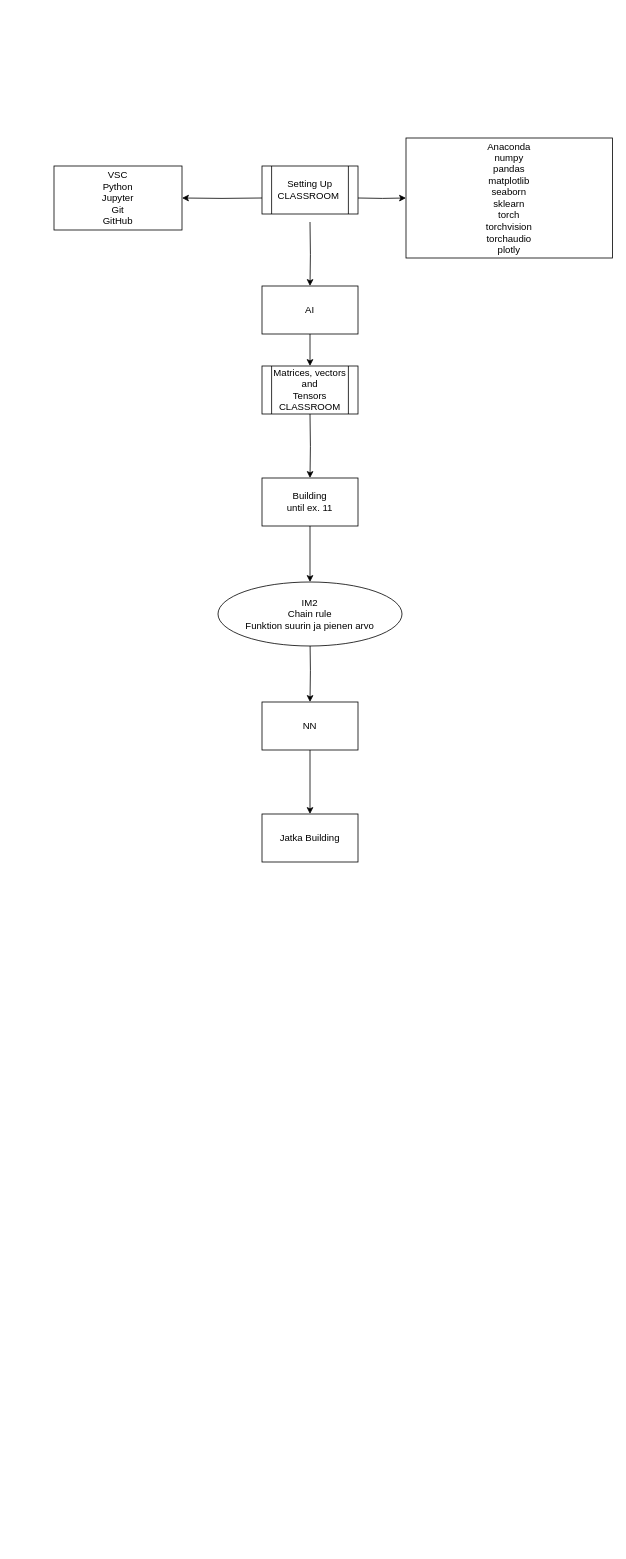
This is Workflow.drawio from henrylahteenmaki/draw.io, a draw.io file, before an edit. Source tidied: cells renumbered, new cells numbered last; positions are measured from the earlier drawing's top-left corner, leaving out a move shared by most shapes. Both pictures are drawn from the tidied source at 80%, with x=0, y=0 at pixel (54, 138).
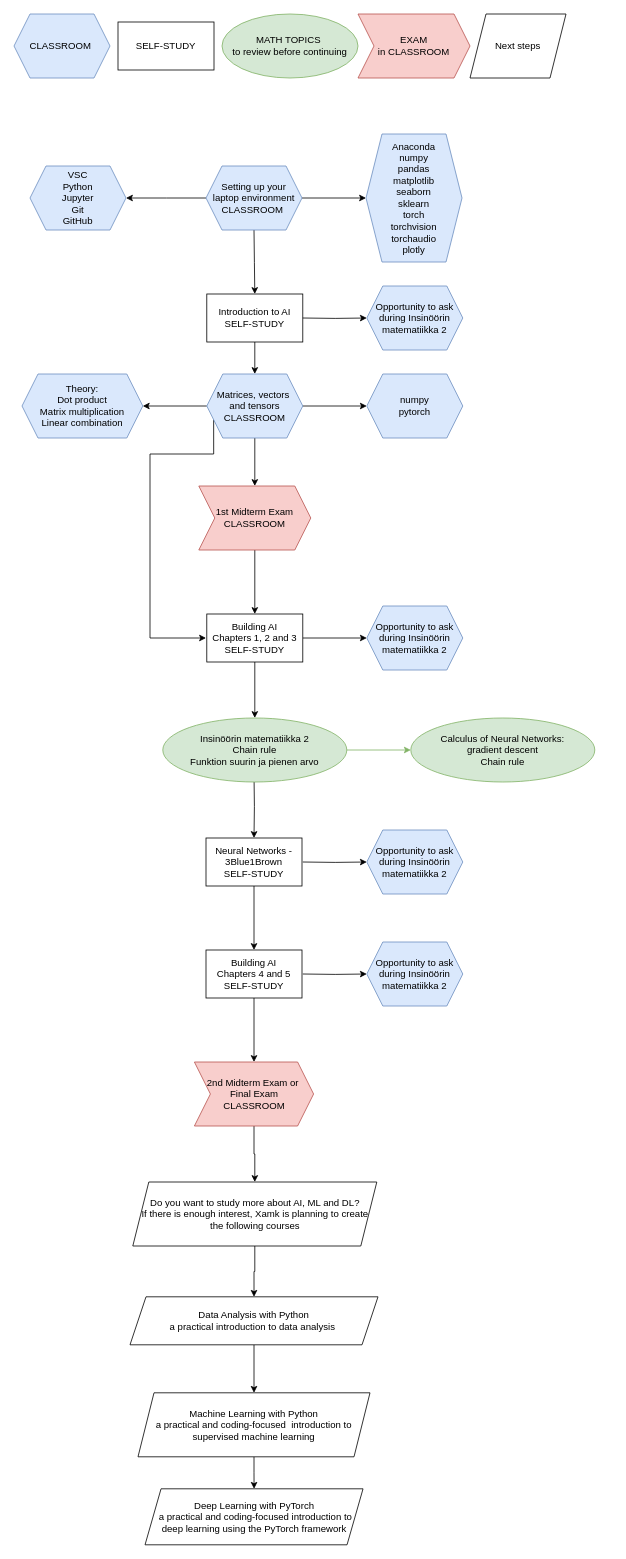
The same page after the edit.

Change to the diagram source:
```diff
@@
-    <mxCell id="2" style="edgeStyle=orthogonalEdgeStyle;rounded=0;jettySize=auto;html=1;" parent="1" edge="1" source="3">
-      <mxGeometry relative="1" as="geometry">
-        <mxPoint x="320" y="285" as="targetPoint" />
-      </mxGeometry>
-    </mxCell>
+    <mxCell id="19" style="edgeStyle=orthogonalEdgeStyle;rounded=0;jettySize=auto;html=1;" parent="1" edge="1" source="3" target="30">
+      <mxGeometry relative="1" as="geometry" />
+    </mxCell>
-    <mxCell id="3" value="AI" style="rounded=0;whiteSpace=wrap;html=1;" parent="1" vertex="1">
-      <mxGeometry x="260" y="185" width="120" height="60" as="geometry" />
+    <mxCell id="3" value="Introduction to AI&lt;div&gt;SELF-STUDY&lt;/div&gt;" style="rounded=0;whiteSpace=wrap;html=1;" parent="1" vertex="1">
+      <mxGeometry x="191" y="195" width="120" height="60" as="geometry" />
     </mxCell>
-    <mxCell id="4" style="edgeStyle=orthogonalEdgeStyle;rounded=0;jettySize=auto;html=1;" parent="1" edge="1" target="6">
-      <mxGeometry relative="1" as="geometry">
-        <mxPoint x="320" y="345" as="sourcePoint" />
-      </mxGeometry>
-    </mxCell>
@@
+    <mxCell id="20" style="edgeStyle=orthogonalEdgeStyle;rounded=0;jettySize=auto;html=1;" parent="1" edge="1" source="6" target="36">
+      <mxGeometry relative="1" as="geometry" />
+    </mxCell>
-    <mxCell id="6" value="Building&lt;div&gt;until ex. 11&lt;/div&gt;" style="whiteSpace=wrap;html=1;rounded=0;" parent="1" vertex="1">
-      <mxGeometry x="260" y="425" width="120" height="60" as="geometry" />
+    <mxCell id="6" value="Building AI&lt;div&gt;Chapters 1, 2 and 3&lt;/div&gt;&lt;div&gt;SELF-STUDY&lt;br&gt;&lt;/div&gt;" style="whiteSpace=wrap;html=1;rounded=0;" parent="1" vertex="1">
+      <mxGeometry x="191" y="595" width="120" height="60" as="geometry" />
     </mxCell>
     <mxCell id="7" style="edgeStyle=orthogonalEdgeStyle;rounded=0;jettySize=auto;html=1;" parent="1" edge="1" target="12">
       <mxGeometry relative="1" as="geometry">
-        <mxPoint x="320" y="625" as="sourcePoint" />
+        <mxPoint x="250" y="795" as="sourcePoint" />
       </mxGeometry>
     </mxCell>
     <mxCell id="8" style="edgeStyle=orthogonalEdgeStyle;rounded=0;jettySize=auto;html=1;" parent="1" edge="1" target="3">
       <mxGeometry relative="1" as="geometry">
-        <mxPoint x="320" y="105" as="sourcePoint" />
+        <mxPoint x="250" y="115" as="sourcePoint" />
       </mxGeometry>
     </mxCell>
-    <mxCell id="9" style="edgeStyle=orthogonalEdgeStyle;rounded=0;jettySize=auto;html=1;" parent="1" edge="1" target="14">
-      <mxGeometry relative="1" as="geometry">
-        <mxPoint x="380" y="75" as="sourcePoint" />
-      </mxGeometry>
-    </mxCell>
-    <mxCell id="10" style="edgeStyle=orthogonalEdgeStyle;rounded=0;jettySize=auto;html=1;" parent="1" edge="1" target="15">
-      <mxGeometry relative="1" as="geometry">
-        <mxPoint x="260" y="75" as="sourcePoint" />
-      </mxGeometry>
-    </mxCell>
@@
-    <mxCell id="12" value="&lt;div&gt;NN&lt;/div&gt;" style="whiteSpace=wrap;html=1;rounded=0;" parent="1" vertex="1">
-      <mxGeometry x="260" y="705" width="120" height="60" as="geometry" />
+    <mxCell id="12" value="&lt;div&gt;Neural Networks - 3Blue1Brown&lt;/div&gt;&lt;div&gt;SELF-STUDY&lt;br&gt;&lt;/div&gt;" style="whiteSpace=wrap;html=1;rounded=0;" parent="1" vertex="1">
+      <mxGeometry x="190" y="875" width="120" height="60" as="geometry" />
     </mxCell>
+    <mxCell id="21" style="edgeStyle=orthogonalEdgeStyle;rounded=0;jettySize=auto;html=1;" parent="1" edge="1" source="13" target="48">
+      <mxGeometry relative="1" as="geometry" />
+    </mxCell>
-    <mxCell id="13" value="Jatka Building" style="whiteSpace=wrap;html=1;rounded=0;" parent="1" vertex="1">
-      <mxGeometry x="260" y="845" width="120" height="60" as="geometry" />
+    <mxCell id="13" value="Building AI&lt;div&gt;Chapters 4 and 5&lt;/div&gt;&lt;div&gt;SELF-STUDY&lt;/div&gt;" style="whiteSpace=wrap;html=1;rounded=0;" parent="1" vertex="1">
+      <mxGeometry x="190" y="1015" width="120" height="60" as="geometry" />
     </mxCell>
+    <mxCell id="22" style="edgeStyle=orthogonalEdgeStyle;rounded=0;jettySize=auto;html=1;fillColor=#d5e8d4;strokeColor=#82b366;" parent="1" edge="1" source="16" target="39">
+      <mxGeometry relative="1" as="geometry" />
+    </mxCell>
+    <mxCell id="16" value="&lt;div&gt;Insinöörin matematiikka 2&lt;/div&gt;&lt;div&gt;Chain rule&lt;/div&gt;&lt;div&gt;Funktion suurin ja pienen arvo&lt;/div&gt;" style="ellipse;whiteSpace=wrap;html=1;rounded=0;fillColor=#d5e8d4;strokeColor=#82b366;" parent="1" vertex="1">
+      <mxGeometry x="136" y="725" width="230" height="80" as="geometry" />
+    </mxCell>
+    <mxCell id="23" style="edgeStyle=orthogonalEdgeStyle;rounded=0;jettySize=auto;html=1;" parent="1" edge="1" source="25">
+      <mxGeometry relative="1" as="geometry">
+        <mxPoint x="390" y="75" as="targetPoint" />
+      </mxGeometry>
+    </mxCell>
+    <mxCell id="24" style="edgeStyle=orthogonalEdgeStyle;rounded=0;jettySize=auto;html=1;" parent="1" edge="1" source="25">
+      <mxGeometry relative="1" as="geometry">
+        <mxPoint x="90" y="75" as="targetPoint" />
+      </mxGeometry>
+    </mxCell>
+    <mxCell id="25" value="Setting up your&lt;div&gt;laptop environment&lt;/div&gt;&lt;div&gt;&lt;div&gt;CLASSROOM&amp;nbsp;&lt;/div&gt;&lt;/div&gt;" style="shape=hexagon;perimeter=hexagonPerimeter2;whiteSpace=wrap;html=1;fixedSize=1;fillColor=#dae8fc;strokeColor=#6c8ebf;" parent="1" vertex="1">
+      <mxGeometry x="190" y="35" width="120" height="80" as="geometry" />
+    </mxCell>
+    <mxCell id="26" style="edgeStyle=orthogonalEdgeStyle;rounded=0;jettySize=auto;html=1;" parent="1" edge="1" source="30" target="34">
+      <mxGeometry relative="1" as="geometry" />
+    </mxCell>
+    <mxCell id="27" style="edgeStyle=orthogonalEdgeStyle;rounded=0;jettySize=auto;html=1;" parent="1" edge="1" source="30" target="35">
+      <mxGeometry relative="1" as="geometry" />
+    </mxCell>
+    <mxCell id="28" style="edgeStyle=orthogonalEdgeStyle;rounded=0;jettySize=auto;html=1;" parent="1" edge="1" source="30" target="46">
+      <mxGeometry relative="1" as="geometry" />
+    </mxCell>
+    <mxCell id="29" style="edgeStyle=orthogonalEdgeStyle;rounded=0;jettySize=auto;html=1;exitX=0;exitY=0.75;exitDx=0;exitDy=0;" parent="1" edge="1" source="30">
+      <mxGeometry relative="1" as="geometry">
+        <mxPoint x="190" y="625" as="targetPoint" />
+        <Array as="points">
+          <mxPoint x="200" y="395" />
+          <mxPoint x="120" y="395" />
+          <mxPoint x="120" y="625" />
+        </Array>
+      </mxGeometry>
+    </mxCell>
+    <mxCell id="30" value="Matrices, vectors&amp;nbsp;&lt;div&gt;and t&lt;span style=&quot;background-color: initial;&quot;&gt;ensors&lt;/span&gt;&lt;div&gt;CLASSROOM&lt;/div&gt;&lt;/div&gt;" style="shape=hexagon;perimeter=hexagonPerimeter2;whiteSpace=wrap;html=1;fixedSize=1;fillColor=#dae8fc;strokeColor=#6c8ebf;" parent="1" vertex="1">
+      <mxGeometry x="191" y="295" width="120" height="80" as="geometry" />
+    </mxCell>
-    <mxCell id="14" value="&lt;div&gt;&lt;div&gt;Anaconda&lt;/div&gt;numpy&lt;div&gt;pandas&lt;/div&gt;&lt;div&gt;matplotlib&lt;br&gt;&lt;/div&gt;&lt;div&gt;seaborn&lt;/div&gt;&lt;div&gt;sklearn&lt;/div&gt;&lt;div&gt;torch&lt;/div&gt;&lt;div&gt;torchvision&lt;br&gt;&lt;/div&gt;&lt;div&gt;torchaudio&lt;br&gt;&lt;/div&gt;&lt;div&gt;plotly&lt;/div&gt;&lt;/div&gt;" style="rounded=0;whiteSpace=wrap;html=1;" parent="1" vertex="1">
-      <mxGeometry x="440" width="258" height="150" as="geometry" />
+    <mxCell id="14" value="&lt;div&gt;Anaconda&lt;/div&gt;numpy&lt;div&gt;pandas&lt;/div&gt;&lt;div&gt;matplotlib&lt;br&gt;&lt;/div&gt;&lt;div&gt;seaborn&lt;/div&gt;&lt;div&gt;sklearn&lt;/div&gt;&lt;div&gt;torch&lt;/div&gt;&lt;div&gt;torchvision&lt;br&gt;&lt;/div&gt;&lt;div&gt;torchaudio&lt;br&gt;&lt;/div&gt;&lt;div&gt;plotly&lt;/div&gt;" style="shape=hexagon;perimeter=hexagonPerimeter2;whiteSpace=wrap;html=1;fixedSize=1;fillColor=#dae8fc;strokeColor=#6c8ebf;" parent="1" vertex="1">
+      <mxGeometry x="390" y="-5" width="120" height="160" as="geometry" />
     </mxCell>
-    <mxCell id="15" value="VSC&lt;div&gt;Python&lt;/div&gt;&lt;div&gt;Jupyter&lt;/div&gt;&lt;div&gt;Git&lt;/div&gt;&lt;div&gt;GitHub&lt;/div&gt;" style="rounded=0;whiteSpace=wrap;html=1;" parent="1" vertex="1">
-      <mxGeometry y="35" width="160" height="80" as="geometry" />
+    <mxCell id="15" value="VSC&lt;div&gt;Python&lt;/div&gt;&lt;div&gt;Jupyter&lt;/div&gt;&lt;div&gt;Git&lt;/div&gt;&lt;div&gt;GitHub&lt;/div&gt;" style="shape=hexagon;perimeter=hexagonPerimeter2;whiteSpace=wrap;html=1;fixedSize=1;fillColor=#dae8fc;strokeColor=#6c8ebf;" parent="1" vertex="1">
+      <mxGeometry x="-30" y="35" width="120" height="80" as="geometry" />
     </mxCell>
-    <mxCell id="16" value="IM2&lt;div&gt;Chain rule&lt;/div&gt;&lt;div&gt;Funktion suurin ja pienen arvo&lt;/div&gt;" style="ellipse;whiteSpace=wrap;html=1;rounded=0;" parent="1" vertex="1">
-      <mxGeometry x="205" y="555" width="230" height="80" as="geometry" />
-    </mxCell>
-    <mxCell id="17" value="Setting Up&lt;div&gt;CLASSROOM&amp;nbsp;&lt;/div&gt;" style="shape=process;whiteSpace=wrap;html=1;backgroundOutline=1;" parent="1" vertex="1">
-      <mxGeometry x="260" y="35" width="120" height="60" as="geometry" />
-    </mxCell>
-    <mxCell id="18" value="Matrices, vectors and&lt;div&gt;Tensors&lt;div&gt;CLASSROOM&lt;/div&gt;&lt;/div&gt;" style="shape=process;whiteSpace=wrap;html=1;backgroundOutline=1;" parent="1" vertex="1">
-      <mxGeometry x="260" y="285" width="120" height="60" as="geometry" />
-    </mxCell>
+    <mxCell id="31" value="&lt;div&gt;&lt;div&gt;CLASSROOM&amp;nbsp;&lt;/div&gt;&lt;/div&gt;" style="shape=hexagon;perimeter=hexagonPerimeter2;whiteSpace=wrap;html=1;fixedSize=1;fillColor=#dae8fc;strokeColor=#6c8ebf;" parent="1" vertex="1">
+      <mxGeometry x="-50" y="-155" width="120" height="80" as="geometry" />
+    </mxCell>
+    <mxCell id="32" value="SELF-STUDY" style="rounded=0;whiteSpace=wrap;html=1;" parent="1" vertex="1">
+      <mxGeometry x="80" y="-145" width="120" height="60" as="geometry" />
+    </mxCell>
+    <mxCell id="33" value="MATH TOPICS&amp;nbsp;&lt;div&gt;to review before continuing&lt;/div&gt;" style="ellipse;whiteSpace=wrap;html=1;rounded=0;fillColor=#d5e8d4;strokeColor=#82b366;" parent="1" vertex="1">
+      <mxGeometry x="210" y="-155" width="170" height="80" as="geometry" />
+    </mxCell>
+    <mxCell id="34" value="numpy&lt;div&gt;pytorch&lt;/div&gt;" style="shape=hexagon;perimeter=hexagonPerimeter2;whiteSpace=wrap;html=1;fixedSize=1;fillColor=#dae8fc;strokeColor=#6c8ebf;" parent="1" vertex="1">
+      <mxGeometry x="391" y="295" width="120" height="80" as="geometry" />
+    </mxCell>
+    <mxCell id="35" value="&lt;div&gt;Theory:&lt;/div&gt;Dot product&lt;div&gt;Matrix multiplication&lt;/div&gt;&lt;div&gt;Linear combination&lt;/div&gt;" style="shape=hexagon;perimeter=hexagonPerimeter2;whiteSpace=wrap;html=1;fixedSize=1;fillColor=#dae8fc;strokeColor=#6c8ebf;" parent="1" vertex="1">
+      <mxGeometry x="-40" y="295" width="151" height="80" as="geometry" />
+    </mxCell>
+    <mxCell id="36" value="Opportunity to ask during Insinöörin matematiikka 2" style="shape=hexagon;perimeter=hexagonPerimeter2;whiteSpace=wrap;html=1;fixedSize=1;rounded=0;fillColor=#dae8fc;strokeColor=#6c8ebf;" parent="1" vertex="1">
+      <mxGeometry x="391" y="585" width="120" height="80" as="geometry" />
+    </mxCell>
+    <mxCell id="37" style="edgeStyle=orthogonalEdgeStyle;rounded=0;jettySize=auto;html=1;" parent="1" edge="1" target="38">
+      <mxGeometry relative="1" as="geometry">
+        <mxPoint x="311" y="225" as="sourcePoint" />
+      </mxGeometry>
+    </mxCell>
+    <mxCell id="38" value="Opportunity to ask during Insinöörin matematiikka 2" style="shape=hexagon;perimeter=hexagonPerimeter2;whiteSpace=wrap;html=1;fixedSize=1;rounded=0;fillColor=#dae8fc;strokeColor=#6c8ebf;" parent="1" vertex="1">
+      <mxGeometry x="391" y="185" width="120" height="80" as="geometry" />
+    </mxCell>
+    <mxCell id="39" value="&lt;div&gt;Calculus of Neural Networks:&lt;/div&gt;&lt;div&gt;gradient descent&lt;br&gt;&lt;/div&gt;&lt;div&gt;Chain rule&lt;/div&gt;" style="ellipse;whiteSpace=wrap;html=1;rounded=0;fillColor=#d5e8d4;strokeColor=#82b366;" parent="1" vertex="1">
+      <mxGeometry x="446" y="725" width="230" height="80" as="geometry" />
+    </mxCell>
+    <mxCell id="40" style="edgeStyle=orthogonalEdgeStyle;rounded=0;jettySize=auto;html=1;" parent="1" edge="1" target="41">
+      <mxGeometry relative="1" as="geometry">
+        <mxPoint x="311" y="1045" as="sourcePoint" />
+      </mxGeometry>
+    </mxCell>
+    <mxCell id="41" value="Opportunity to ask during Insinöörin matematiikka 2" style="shape=hexagon;perimeter=hexagonPerimeter2;whiteSpace=wrap;html=1;fixedSize=1;rounded=0;fillColor=#dae8fc;strokeColor=#6c8ebf;" parent="1" vertex="1">
+      <mxGeometry x="391" y="1005" width="120" height="80" as="geometry" />
+    </mxCell>
+    <mxCell id="42" style="edgeStyle=orthogonalEdgeStyle;rounded=0;jettySize=auto;html=1;" parent="1" edge="1" target="43">
+      <mxGeometry relative="1" as="geometry">
+        <mxPoint x="311" y="905" as="sourcePoint" />
+      </mxGeometry>
+    </mxCell>
+    <mxCell id="43" value="Opportunity to ask during Insinöörin matematiikka 2" style="shape=hexagon;perimeter=hexagonPerimeter2;whiteSpace=wrap;html=1;fixedSize=1;rounded=0;fillColor=#dae8fc;strokeColor=#6c8ebf;" parent="1" vertex="1">
+      <mxGeometry x="391" y="865" width="120" height="80" as="geometry" />
+    </mxCell>
+    <mxCell id="44" value="EXAM&lt;div&gt;in CLASSROOM&lt;/div&gt;" style="shape=step;perimeter=stepPerimeter;whiteSpace=wrap;html=1;fixedSize=1;fillColor=#f8cecc;strokeColor=#b85450;" parent="1" vertex="1">
+      <mxGeometry x="380" y="-155" width="140" height="80" as="geometry" />
+    </mxCell>
+    <mxCell id="45" style="edgeStyle=orthogonalEdgeStyle;rounded=0;jettySize=auto;html=1;" parent="1" edge="1" source="46" target="6">
+      <mxGeometry relative="1" as="geometry" />
+    </mxCell>
+    <mxCell id="46" value="1st Midterm Exam&lt;div&gt;CLASSROOM&lt;/div&gt;" style="shape=step;perimeter=stepPerimeter;whiteSpace=wrap;html=1;fixedSize=1;fillColor=#f8cecc;strokeColor=#b85450;" parent="1" vertex="1">
+      <mxGeometry x="181" y="435" width="140" height="80" as="geometry" />
+    </mxCell>
+    <mxCell id="47" style="edgeStyle=orthogonalEdgeStyle;rounded=0;jettySize=auto;html=1;" parent="1" edge="1" source="48" target="50">
+      <mxGeometry relative="1" as="geometry" />
+    </mxCell>
+    <mxCell id="48" value="2nd Midterm Exam or&amp;nbsp;&lt;div&gt;Final Exam&lt;div&gt;CLASSROOM&lt;/div&gt;&lt;/div&gt;" style="shape=step;perimeter=stepPerimeter;whiteSpace=wrap;html=1;fixedSize=1;fillColor=#f8cecc;strokeColor=#b85450;" parent="1" vertex="1">
+      <mxGeometry x="175.5" y="1155" width="149" height="80" as="geometry" />
+    </mxCell>
+    <mxCell id="49" style="edgeStyle=orthogonalEdgeStyle;rounded=0;jettySize=auto;html=1;" parent="1" edge="1" source="50" target="52">
+      <mxGeometry relative="1" as="geometry" />
+    </mxCell>
+    <mxCell id="50" value="Do you want to study more about AI, ML and DL?&lt;div&gt;If there is enough interest, Xamk is planning to create the following courses&lt;/div&gt;" style="shape=parallelogram;perimeter=parallelogramPerimeter;whiteSpace=wrap;html=1;fixedSize=1;" parent="1" vertex="1">
+      <mxGeometry x="98.5" y="1305" width="305" height="80" as="geometry" />
+    </mxCell>
+    <mxCell id="51" style="edgeStyle=orthogonalEdgeStyle;rounded=0;jettySize=auto;html=1;" parent="1" edge="1" source="52" target="54">
+      <mxGeometry relative="1" as="geometry" />
+    </mxCell>
+    <mxCell id="52" value="Data Analysis with Python&lt;div&gt;a practical introduction to data analysis&amp;nbsp;&lt;br&gt;&lt;/div&gt;" style="shape=parallelogram;perimeter=parallelogramPerimeter;whiteSpace=wrap;html=1;fixedSize=1;" parent="1" vertex="1">
+      <mxGeometry x="95" y="1448.5" width="310" height="60" as="geometry" />
+    </mxCell>
+    <mxCell id="53" style="edgeStyle=orthogonalEdgeStyle;rounded=0;jettySize=auto;html=1;" parent="1" edge="1" source="54" target="55">
+      <mxGeometry relative="1" as="geometry" />
+    </mxCell>
+    <mxCell id="54" value="&lt;div&gt;Machine Learning with Python&lt;/div&gt;&lt;div&gt;&lt;span style=&quot;background-color: initial;&quot;&gt;a practical&amp;nbsp;&lt;/span&gt;and coding-focused&lt;span style=&quot;background-color: initial;&quot;&gt;&amp;nbsp; introduction to supervised machine learning&lt;/span&gt;&lt;/div&gt;" style="shape=parallelogram;perimeter=parallelogramPerimeter;whiteSpace=wrap;html=1;fixedSize=1;" parent="1" vertex="1">
+      <mxGeometry x="105" y="1568.5" width="290" height="80" as="geometry" />
+    </mxCell>
+    <mxCell id="55" value="Deep Learning with PyTorch&lt;div&gt;&amp;nbsp;a practical and coding-focused introduction to deep learning using the PyTorch framework&lt;br&gt;&lt;/div&gt;" style="shape=parallelogram;perimeter=parallelogramPerimeter;whiteSpace=wrap;html=1;fixedSize=1;" parent="1" vertex="1">
+      <mxGeometry x="113.8" y="1688.5" width="272.5" height="70" as="geometry" />
+    </mxCell>
+    <mxCell id="56" value="Next steps" style="shape=parallelogram;perimeter=parallelogramPerimeter;whiteSpace=wrap;html=1;fixedSize=1;" parent="1" vertex="1">
+      <mxGeometry x="520" y="-155" width="120" height="80" as="geometry" />
+    </mxCell>
```
